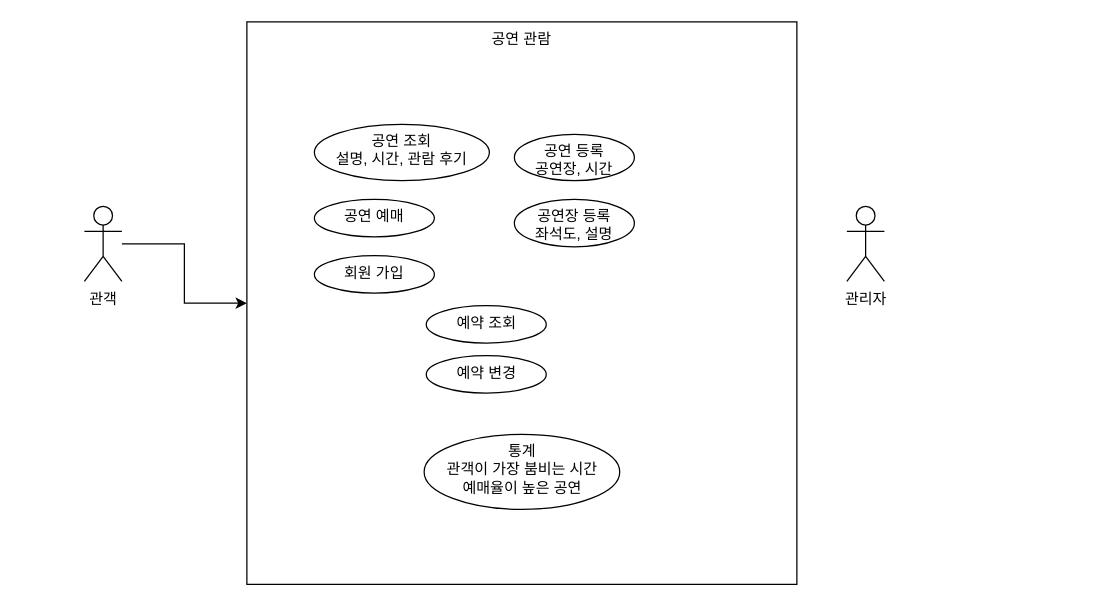
Above: requirements.drawio in hunjuly/rehearsal (draw.io), before the change. Source tidied: cells renumbered, new cells numbered last; positions are measured from the earlier drawing's top-left corner, leaving out a move shared by most shapes. Both pictures are drawn from the tidied source at 125%, with x=0, y=0 at pixel (84, 21).
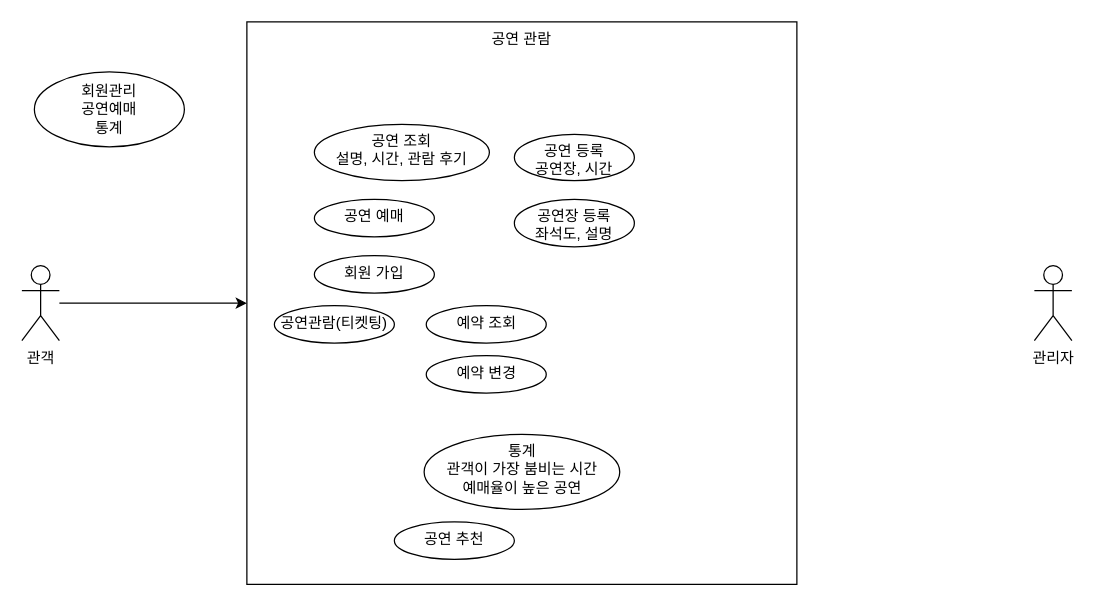
After the change.

Change to the diagram source:
```diff
@@
 <mxGraphModel>
   <root>
     <mxCell id="0" />
     <mxCell id="1" parent="0" />
     <mxCell id="2" style="edgeStyle=orthogonalEdgeStyle;rounded=0;jettySize=auto;html=1;" parent="1" edge="1" source="3" target="5">
       <mxGeometry relative="1" as="geometry" />
     </mxCell>
     <mxCell id="3" value="관객" style="shape=umlActor;verticalLabelPosition=bottom;verticalAlign=top;html=1;outlineConnect=0;" parent="1" vertex="1">
-      <mxGeometry y="147.5" width="30" height="60" as="geometry" />
+      <mxGeometry x="-50" y="195" width="30" height="60" as="geometry" />
     </mxCell>
     <mxCell id="4" value="관리자" style="shape=umlActor;verticalLabelPosition=bottom;verticalAlign=top;html=1;" parent="1" vertex="1">
-      <mxGeometry x="610" y="147.5" width="30" height="60" as="geometry" />
+      <mxGeometry x="760" y="195" width="30" height="60" as="geometry" />
     </mxCell>
     <mxCell id="5" value="공연 관람" style="whiteSpace=wrap;html=1;verticalAlign=top;" parent="1" vertex="1">
       <mxGeometry x="130" width="440" height="450" as="geometry" />
     </mxCell>
     <mxCell id="6" value="공연 조회&lt;br&gt;설명, 시간, 관람 후기" style="ellipse;whiteSpace=wrap;html=1;verticalAlign=top;" parent="1" vertex="1">
       <mxGeometry x="184" y="82" width="140" height="45" as="geometry" />
     </mxCell>
     <mxCell id="7" value="공연 예매" style="ellipse;whiteSpace=wrap;html=1;verticalAlign=top;" parent="1" vertex="1">
       <mxGeometry x="184" y="142" width="96" height="30" as="geometry" />
     </mxCell>
     <mxCell id="8" value="공연 등록&lt;br&gt;공연장, 시간" style="ellipse;whiteSpace=wrap;html=1;verticalAlign=top;" parent="1" vertex="1">
       <mxGeometry x="344" y="90" width="96" height="37" as="geometry" />
     </mxCell>
     <mxCell id="9" value="공연장 등록&lt;br&gt;좌석도, 설명" style="ellipse;whiteSpace=wrap;html=1;verticalAlign=top;" parent="1" vertex="1">
       <mxGeometry x="344" y="142" width="96" height="38" as="geometry" />
     </mxCell>
     <mxCell id="10" value="회원 가입" style="ellipse;whiteSpace=wrap;html=1;verticalAlign=top;" parent="1" vertex="1">
       <mxGeometry x="184" y="187" width="96" height="30" as="geometry" />
     </mxCell>
     <mxCell id="11" value="예약 조회" style="ellipse;whiteSpace=wrap;html=1;verticalAlign=top;" parent="1" vertex="1">
       <mxGeometry x="273.5" y="227" width="96" height="30" as="geometry" />
     </mxCell>
     <mxCell id="12" value="예약 변경" style="ellipse;whiteSpace=wrap;html=1;verticalAlign=top;" parent="1" vertex="1">
       <mxGeometry x="273.5" y="267" width="96" height="30" as="geometry" />
     </mxCell>
     <mxCell id="13" value="통계&lt;br&gt;관객이 가장 붐비는 시간&lt;br&gt;예매율이 높은 공연" style="ellipse;whiteSpace=wrap;html=1;verticalAlign=top;" parent="1" vertex="1">
       <mxGeometry x="271.8" y="330" width="156.5" height="60" as="geometry" />
     </mxCell>
+    <mxCell id="14" value="공연 추천" style="ellipse;whiteSpace=wrap;html=1;verticalAlign=top;" parent="1" vertex="1">
+      <mxGeometry x="248" y="400" width="96" height="30" as="geometry" />
+    </mxCell>
+    <mxCell id="15" value="회원관리&lt;br&gt;공연예매&lt;br&gt;통계" style="ellipse;whiteSpace=wrap;html=1;" parent="1" vertex="1">
+      <mxGeometry x="-40" y="40" width="120" height="60" as="geometry" />
+    </mxCell>
+    <mxCell id="16" value="공연관람(티켓팅)" style="ellipse;whiteSpace=wrap;html=1;verticalAlign=top;" parent="1" vertex="1">
+      <mxGeometry x="152" y="227" width="96" height="30" as="geometry" />
+    </mxCell>
   </root>
 </mxGraphModel>
```
